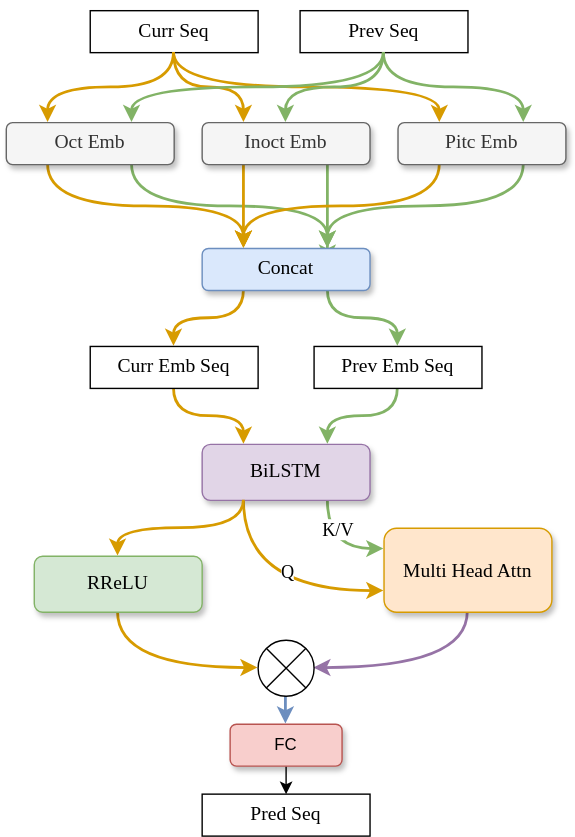
Before: doc/tone_struct.drawio.svg, a diagram exported from draw.io (juruohejiarui/Homework-DSAA2012). Source tidied: cells renumbered, new cells last; positions are measured from the earlier drawing's top-left corner, leaving out a move shared by most shapes. The source it was exported from:
```xml
<mxGraphModel>
  <root>
    <mxCell id="0" />
    <mxCell id="1" parent="0" />
    <mxCell id="2" value="&lt;p&gt;Prev Seq&lt;/p&gt;" style="rounded=0;whiteSpace=wrap;html=1;fontSize=14;fontFamily=Times News Roman;" parent="1" vertex="1">
      <mxGeometry x="210" width="120" height="30" as="geometry" />
    </mxCell>
    <mxCell id="3" value="&lt;p&gt;Curr Seq&lt;/p&gt;" style="rounded=0;whiteSpace=wrap;html=1;fontSize=14;fontFamily=Times News Roman;" parent="1" vertex="1">
      <mxGeometry x="60" width="120" height="30" as="geometry" />
    </mxCell>
    <mxCell id="4" style="edgeStyle=orthogonalEdgeStyle;rounded=0;jettySize=auto;html=1;exitX=0.25;exitY=1;exitDx=0;exitDy=0;entryX=0.25;entryY=0;entryDx=0;entryDy=0;fillColor=#ffe6cc;strokeColor=#d79b00;elbow=vertical;strokeWidth=2;curved=1;fontFamily=Times News Roman;" parent="1" edge="1" source="6" target="21">
      <mxGeometry relative="1" as="geometry" />
    </mxCell>
    <mxCell id="5" style="edgeStyle=orthogonalEdgeStyle;rounded=0;jettySize=auto;html=1;exitX=0.75;exitY=1;exitDx=0;exitDy=0;entryX=0.75;entryY=0;entryDx=0;entryDy=0;fillColor=#d5e8d4;strokeColor=#82b366;strokeWidth=2;curved=1;fontFamily=Times News Roman;" parent="1" edge="1" source="6" target="21">
      <mxGeometry relative="1" as="geometry" />
    </mxCell>
    <mxCell id="6" value="Oct Emb" style="rounded=1;whiteSpace=wrap;html=1;fontFamily=Times News Roman;fillColor=#f5f5f5;strokeColor=#666666;fontColor=#333333;fontSize=14;glass=0;shadow=1;" parent="1" vertex="1">
      <mxGeometry y="80" width="120" height="30" as="geometry" />
    </mxCell>
    <mxCell id="7" style="edgeStyle=orthogonalEdgeStyle;rounded=0;jettySize=auto;html=1;exitX=0.25;exitY=1;exitDx=0;exitDy=0;fillColor=#ffe6cc;strokeColor=#d79b00;elbow=vertical;strokeWidth=2;curved=1;fontFamily=Times News Roman;" parent="1" edge="1" source="9">
      <mxGeometry relative="1" as="geometry">
        <mxPoint x="170" y="170" as="targetPoint" />
      </mxGeometry>
    </mxCell>
    <mxCell id="8" style="edgeStyle=orthogonalEdgeStyle;rounded=0;jettySize=auto;html=1;exitX=0.75;exitY=1;exitDx=0;exitDy=0;fillColor=#d5e8d4;strokeColor=#82b366;curved=1;strokeWidth=2;fontFamily=Times News Roman;" parent="1" edge="1" source="9">
      <mxGeometry relative="1" as="geometry">
        <mxPoint x="230" y="180" as="targetPoint" />
      </mxGeometry>
    </mxCell>
    <mxCell id="9" value="Inoct Emb" style="rounded=1;whiteSpace=wrap;html=1;fontFamily=Times News Roman;fillColor=#f5f5f5;strokeColor=#666666;fontColor=#333333;fontSize=14;glass=0;shadow=1;" parent="1" vertex="1">
      <mxGeometry x="140" y="80" width="120" height="30" as="geometry" />
    </mxCell>
    <mxCell id="10" style="edgeStyle=orthogonalEdgeStyle;rounded=0;jettySize=auto;html=1;exitX=0.25;exitY=1;exitDx=0;exitDy=0;entryX=0.25;entryY=0;entryDx=0;entryDy=0;fillColor=#ffe6cc;strokeColor=#d79b00;elbow=vertical;strokeWidth=2;curved=1;fontFamily=Times News Roman;" parent="1" edge="1" source="12" target="21">
      <mxGeometry relative="1" as="geometry" />
    </mxCell>
    <mxCell id="11" style="edgeStyle=orthogonalEdgeStyle;rounded=0;jettySize=auto;html=1;exitX=0.75;exitY=1;exitDx=0;exitDy=0;fillColor=#d5e8d4;strokeColor=#82b366;strokeWidth=2;curved=1;fontFamily=Times News Roman;" parent="1" edge="1" source="12">
      <mxGeometry relative="1" as="geometry">
        <mxPoint x="230" y="170" as="targetPoint" />
      </mxGeometry>
    </mxCell>
    <mxCell id="12" value="Pitc Emb" style="rounded=1;whiteSpace=wrap;html=1;fontFamily=Times News Roman;fillColor=#f5f5f5;strokeColor=#666666;fontColor=#333333;fontSize=14;glass=0;shadow=1;" parent="1" vertex="1">
      <mxGeometry x="280" y="80" width="120" height="30" as="geometry" />
    </mxCell>
    <mxCell id="13" style="endArrow=classic;html=1;rounded=0;exitX=0.5;exitY=1;exitDx=0;exitDy=0;entryX=0.25;entryY=0;entryDx=0;entryDy=0;fillColor=#ffe6cc;strokeColor=#d79b00;edgeStyle=orthogonalEdgeStyle;curved=1;strokeWidth=2;fontFamily=Times News Roman;" parent="1" edge="1" source="3" target="6">
      <mxGeometry relative="1" as="geometry" />
    </mxCell>
    <mxCell id="14" style="endArrow=classic;html=1;rounded=0;exitX=0.5;exitY=1;exitDx=0;exitDy=0;entryX=0.25;entryY=0;entryDx=0;entryDy=0;fillColor=#ffe6cc;strokeColor=#d79b00;edgeStyle=orthogonalEdgeStyle;curved=1;strokeWidth=2;fontFamily=Times News Roman;" parent="1" edge="1" source="3" target="9">
      <mxGeometry relative="1" as="geometry" />
    </mxCell>
    <mxCell id="15" style="endArrow=classic;html=1;rounded=0;exitX=0.5;exitY=1;exitDx=0;exitDy=0;entryX=0.25;entryY=0;entryDx=0;entryDy=0;fillColor=#ffe6cc;strokeColor=#d79b00;edgeStyle=orthogonalEdgeStyle;curved=1;strokeWidth=2;fontFamily=Times News Roman;" parent="1" edge="1" source="3" target="12">
      <mxGeometry relative="1" as="geometry" />
    </mxCell>
    <mxCell id="16" style="endArrow=classic;html=1;rounded=0;exitX=0.5;exitY=1;exitDx=0;exitDy=0;entryX=0.75;entryY=0;entryDx=0;entryDy=0;fillColor=#d5e8d4;strokeColor=#82b366;edgeStyle=orthogonalEdgeStyle;curved=1;strokeWidth=2;fontFamily=Times News Roman;" parent="1" edge="1" source="2" target="6">
      <mxGeometry relative="1" as="geometry" />
    </mxCell>
    <mxCell id="17" style="endArrow=classic;html=1;rounded=0;exitX=0.5;exitY=1;exitDx=0;exitDy=0;fillColor=#d5e8d4;strokeColor=#82b366;edgeStyle=orthogonalEdgeStyle;curved=1;strokeWidth=2;fontFamily=Times News Roman;" parent="1" edge="1" source="2" target="9">
      <mxGeometry relative="1" as="geometry" />
    </mxCell>
    <mxCell id="18" style="endArrow=classic;html=1;rounded=0;entryX=0.75;entryY=0;entryDx=0;entryDy=0;exitX=0.5;exitY=1;exitDx=0;exitDy=0;fillColor=#d5e8d4;strokeColor=#82b366;edgeStyle=orthogonalEdgeStyle;curved=1;strokeWidth=2;fontFamily=Times News Roman;" parent="1" edge="1" source="2" target="12">
      <mxGeometry relative="1" as="geometry" />
    </mxCell>
    <mxCell id="19" style="edgeStyle=orthogonalEdgeStyle;rounded=0;jettySize=auto;html=1;exitX=0.25;exitY=1;exitDx=0;exitDy=0;entryX=0.5;entryY=0;entryDx=0;entryDy=0;curved=1;fillColor=#ffe6cc;strokeColor=#d79b00;strokeWidth=2;fontFamily=Times News Roman;" parent="1" edge="1" source="21" target="23">
      <mxGeometry relative="1" as="geometry" />
    </mxCell>
    <mxCell id="20" style="edgeStyle=orthogonalEdgeStyle;rounded=0;jettySize=auto;html=1;exitX=0.75;exitY=1;exitDx=0;exitDy=0;entryX=0.5;entryY=0;entryDx=0;entryDy=0;curved=1;fillColor=#d5e8d4;strokeColor=#82b366;strokeWidth=2;fontFamily=Times News Roman;" parent="1" edge="1" source="21" target="25">
      <mxGeometry relative="1" as="geometry" />
    </mxCell>
    <mxCell id="21" value="Concat" style="rounded=1;whiteSpace=wrap;html=1;fontFamily=Times News Roman;fillColor=#dae8fc;strokeColor=#6c8ebf;fontSize=14;glass=0;shadow=1;" parent="1" vertex="1">
      <mxGeometry x="140" y="170" width="120" height="30" as="geometry" />
    </mxCell>
    <mxCell id="22" style="edgeStyle=orthogonalEdgeStyle;rounded=0;jettySize=auto;html=1;exitX=0.5;exitY=1;exitDx=0;exitDy=0;entryX=0.25;entryY=0;entryDx=0;entryDy=0;curved=1;fillColor=#ffe6cc;strokeColor=#d79b00;strokeWidth=2;fontFamily=Times News Roman;" parent="1" edge="1" source="23" target="30">
      <mxGeometry relative="1" as="geometry" />
    </mxCell>
    <mxCell id="23" value="Curr Emb Seq" style="rounded=0;whiteSpace=wrap;html=1;fontFamily=Times News Roman;fontSize=14;" parent="1" vertex="1">
      <mxGeometry x="60" y="240" width="120" height="30" as="geometry" />
    </mxCell>
    <mxCell id="24" style="edgeStyle=orthogonalEdgeStyle;rounded=0;jettySize=auto;html=1;exitX=0.5;exitY=1;exitDx=0;exitDy=0;curved=1;entryX=0.75;entryY=0;entryDx=0;entryDy=0;fillColor=#d5e8d4;strokeColor=#82b366;strokeWidth=2;fontFamily=Times News Roman;" parent="1" edge="1" source="25" target="30">
      <mxGeometry relative="1" as="geometry" />
    </mxCell>
    <mxCell id="25" value="Prev Emb Seq" style="rounded=0;whiteSpace=wrap;html=1;fontFamily=Times News Roman;fontSize=14;" parent="1" vertex="1">
      <mxGeometry x="220" y="240" width="120" height="30" as="geometry" />
    </mxCell>
    <mxCell id="26" style="edgeStyle=orthogonalEdgeStyle;rounded=0;jettySize=auto;html=1;exitX=0.25;exitY=1;exitDx=0;exitDy=0;entryX=0;entryY=0.75;entryDx=0;entryDy=0;curved=1;fillColor=#ffe6cc;strokeColor=#d79b00;strokeWidth=2;" parent="1" edge="1" source="30" target="35">
      <mxGeometry relative="1" as="geometry" />
    </mxCell>
    <mxCell id="27" value="Q" style="edgeLabel;html=1;align=center;verticalAlign=middle;fontFamily=Times News Roman;fontSize=13;" parent="26" vertex="1">
      <mxGeometry x="0.15" y="7" relative="1" as="geometry">
        <mxPoint y="-8" as="offset" />
      </mxGeometry>
    </mxCell>
    <mxCell id="28" style="edgeStyle=orthogonalEdgeStyle;rounded=0;jettySize=auto;html=1;exitX=0.75;exitY=1;exitDx=0;exitDy=0;entryX=0;entryY=0.25;entryDx=0;entryDy=0;curved=1;strokeWidth=2;fillColor=#d5e8d4;strokeColor=#82b366;" parent="1" edge="1" source="30" target="35">
      <mxGeometry relative="1" as="geometry" />
    </mxCell>
    <mxCell id="29" value="K/V" style="edgeLabel;html=1;align=center;verticalAlign=middle;fontFamily=Times News Roman;fontSize=13;" parent="28" vertex="1">
      <mxGeometry x="-0.09" y="6" relative="1" as="geometry">
        <mxPoint y="-14" as="offset" />
      </mxGeometry>
    </mxCell>
    <mxCell id="30" value="&lt;font&gt;BiLSTM&lt;/font&gt;" style="rounded=1;whiteSpace=wrap;html=1;fillColor=#e1d5e7;strokeColor=#9673a6;fontSize=14;glass=0;shadow=1;fontFamily=Times News Roman;" parent="1" vertex="1">
      <mxGeometry x="140" y="310" width="120" height="40" as="geometry" />
    </mxCell>
    <mxCell id="31" style="edgeStyle=orthogonalEdgeStyle;rounded=0;jettySize=auto;html=1;exitX=0.5;exitY=1;exitDx=0;exitDy=0;entryX=0;entryY=0.5;entryDx=0;entryDy=0;curved=1;strokeWidth=2;fillColor=#ffe6cc;strokeColor=#d79b00;" parent="1" edge="1" source="32" target="37">
      <mxGeometry relative="1" as="geometry" />
    </mxCell>
    <mxCell id="32" value="RReLU" style="rounded=1;whiteSpace=wrap;html=1;shadow=1;fontFamily=Times News Roman;fontSize=14;fillColor=#d5e8d4;strokeColor=#82b366;" parent="1" vertex="1">
      <mxGeometry x="20" y="390" width="120" height="40" as="geometry" />
    </mxCell>
    <mxCell id="33" style="edgeStyle=orthogonalEdgeStyle;rounded=0;jettySize=auto;html=1;exitX=0.25;exitY=1;exitDx=0;exitDy=0;entryX=0.5;entryY=0;entryDx=0;entryDy=0;curved=1;fillColor=#ffe6cc;strokeColor=#d79b00;strokeWidth=2;fontFamily=Times News Roman;" parent="1" edge="1" source="30" target="32">
      <mxGeometry relative="1" as="geometry" />
    </mxCell>
    <mxCell id="34" style="edgeStyle=orthogonalEdgeStyle;rounded=0;jettySize=auto;html=1;exitX=0.5;exitY=1;exitDx=0;exitDy=0;entryX=1;entryY=0.5;entryDx=0;entryDy=0;curved=1;strokeWidth=2;fillColor=#e1d5e7;strokeColor=#9673a6;" parent="1" edge="1" source="35" target="37">
      <mxGeometry relative="1" as="geometry" />
    </mxCell>
    <mxCell id="35" value="&lt;font face=&quot;Times News Roman&quot;&gt;Multi Head Attn&lt;/font&gt;" style="rounded=1;whiteSpace=wrap;html=1;fillColor=#ffe6cc;strokeColor=#d79b00;fontSize=14;shadow=1;" parent="1" vertex="1">
      <mxGeometry x="270" y="370" width="120" height="60" as="geometry" />
    </mxCell>
    <mxCell id="36" style="edgeStyle=orthogonalEdgeStyle;rounded=0;jettySize=auto;html=1;exitX=0.5;exitY=1;exitDx=0;exitDy=0;entryX=0.5;entryY=0;entryDx=0;entryDy=0;fillColor=#dae8fc;strokeColor=#6c8ebf;strokeWidth=2;" parent="1" edge="1" source="37" target="39">
      <mxGeometry relative="1" as="geometry" />
    </mxCell>
    <mxCell id="37" style="shape=sumEllipse;perimeter=ellipsePerimeter;whiteSpace=wrap;html=1;backgroundOutline=1;" parent="1" vertex="1">
      <mxGeometry x="180" y="450" width="40" height="40" as="geometry" />
    </mxCell>
    <mxCell id="38" style="edgeStyle=orthogonalEdgeStyle;rounded=0;jettySize=auto;html=1;exitX=0.5;exitY=1;exitDx=0;exitDy=0;entryX=0.5;entryY=0;entryDx=0;entryDy=0;" parent="1" edge="1" source="39" target="40">
      <mxGeometry relative="1" as="geometry" />
    </mxCell>
    <mxCell id="39" value="FC" style="rounded=1;whiteSpace=wrap;html=1;shadow=1;fillColor=#f8cecc;strokeColor=#b85450;" parent="1" vertex="1">
      <mxGeometry x="160" y="510" width="80" height="30" as="geometry" />
    </mxCell>
    <mxCell id="40" value="&lt;font face=&quot;Times New Roman&quot; style=&quot;font-size: 14px;&quot;&gt;Pred Seq&lt;/font&gt;" style="rounded=0;whiteSpace=wrap;html=1;" parent="1" vertex="1">
      <mxGeometry x="140" y="560" width="120" height="30" as="geometry" />
    </mxCell>
  </root>
</mxGraphModel>
```
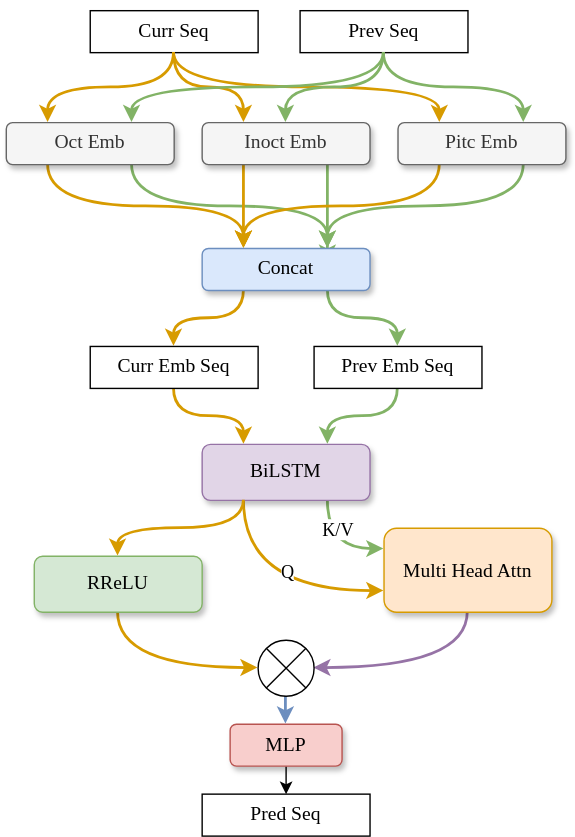
The same diagram one commit later.

What changed in the source:
```diff
@@ -123,7 +123,7 @@
     <mxCell id="38" style="edgeStyle=orthogonalEdgeStyle;rounded=0;jettySize=auto;html=1;exitX=0.5;exitY=1;exitDx=0;exitDy=0;entryX=0.5;entryY=0;entryDx=0;entryDy=0;" parent="1" edge="1" source="39" target="40">
       <mxGeometry relative="1" as="geometry" />
     </mxCell>
-    <mxCell id="39" value="FC" style="rounded=1;whiteSpace=wrap;html=1;shadow=1;fillColor=#f8cecc;strokeColor=#b85450;" parent="1" vertex="1">
+    <mxCell id="39" value="&lt;font face=&quot;Times News Roman&quot;&gt;MLP&lt;/font&gt;" style="rounded=1;whiteSpace=wrap;html=1;shadow=1;fillColor=#f8cecc;strokeColor=#b85450;fontSize=14;" parent="1" vertex="1">
       <mxGeometry x="160" y="510" width="80" height="30" as="geometry" />
     </mxCell>
     <mxCell id="40" value="&lt;font face=&quot;Times New Roman&quot; style=&quot;font-size: 14px;&quot;&gt;Pred Seq&lt;/font&gt;" style="rounded=0;whiteSpace=wrap;html=1;" parent="1" vertex="1">
```
